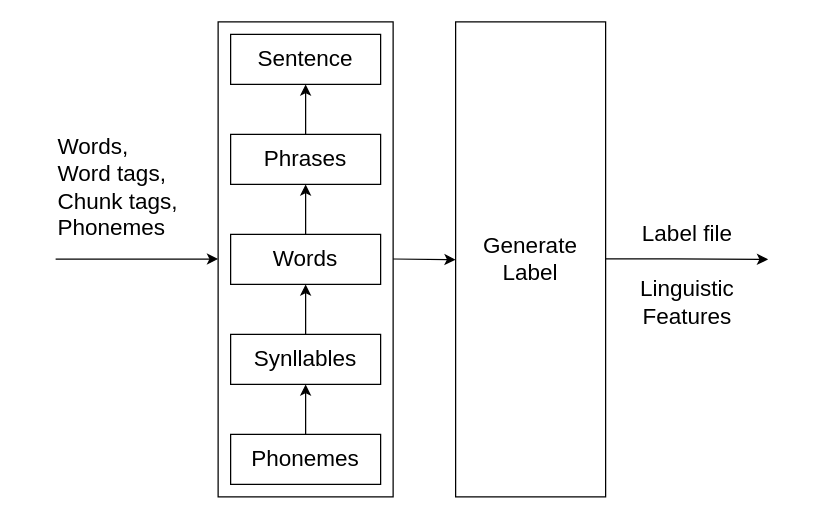
This is image/linguistic-2.drawio from trungkien110298/thesis, a draw.io file, before an edit. Source tidied: cells renumbered, new cells numbered last; positions are measured from the earlier drawing's top-left corner, leaving out a move shared by most shapes. Both pictures are drawn from the tidied source at 125%, with x=0, y=0 at pixel (55, 21).
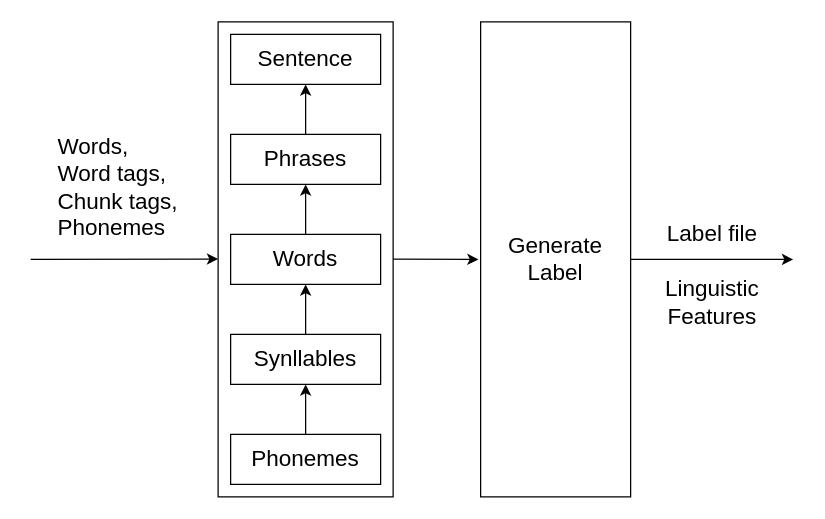
Above is the later version.

Change to the diagram source:
```diff
@@
     <mxCell id="13" value="Generate&lt;br&gt;Label" style="rounded=0;whiteSpace=wrap;html=1;fontSize=18;" parent="1" vertex="1">
-      <mxGeometry x="320" width="120" height="380" as="geometry" />
+      <mxGeometry x="340" width="120" height="380" as="geometry" />
     </mxCell>
     <mxCell id="14" value="Label file" style="text;html=1;align=center;verticalAlign=middle;fontSize=18;" parent="1" vertex="1">
-      <mxGeometry x="460" y="155" width="90" height="30" as="geometry" />
+      <mxGeometry x="480" y="155" width="90" height="30" as="geometry" />
     </mxCell>
     <mxCell id="15" value="Linguistic&lt;br style=&quot;font-size: 18px;&quot;&gt;Features" style="text;html=1;align=center;verticalAlign=middle;fontSize=18;" parent="1" vertex="1">
-      <mxGeometry x="460" y="200" width="90" height="50" as="geometry" />
+      <mxGeometry x="480" y="200" width="90" height="50" as="geometry" />
     </mxCell>
     <mxCell id="16" style="endArrow=classic;html=1;" parent="1" edge="1">
       <mxGeometry relative="1" as="geometry">
-        <mxPoint y="189.7" as="sourcePoint" />
+        <mxPoint x="-20" y="190" as="sourcePoint" />
         <mxPoint x="130" y="189.7" as="targetPoint" />
       </mxGeometry>
     </mxCell>
     <mxCell id="17" style="endArrow=classic;html=1;edgeStyle=orthogonalEdgeStyle;rounded=0;" parent="1" edge="1">
       <mxGeometry relative="1" as="geometry">
-        <mxPoint x="440" y="189.5" as="sourcePoint" />
-        <mxPoint x="570" y="190" as="targetPoint" />
+        <mxPoint x="460" y="190" as="sourcePoint" />
+        <mxPoint x="590" y="190" as="targetPoint" />
         <Array as="points">
           <mxPoint x="495" y="190" />
           <mxPoint x="495" y="190" />
         </Array>
       </mxGeometry>
     </mxCell>
-    <mxCell id="18" style="endArrow=classic;html=1;" parent="1" edge="1">
+    <mxCell id="18" style="endArrow=classic;html=1;entryX=-0.014;entryY=0.5;entryDx=0;entryDy=0;entryPerimeter=0;" parent="1" edge="1" target="13">
       <mxGeometry relative="1" as="geometry">
         <mxPoint x="270" y="189.7" as="sourcePoint" />
-        <mxPoint x="320" y="190.2" as="targetPoint" />
       </mxGeometry>
     </mxCell>
```
